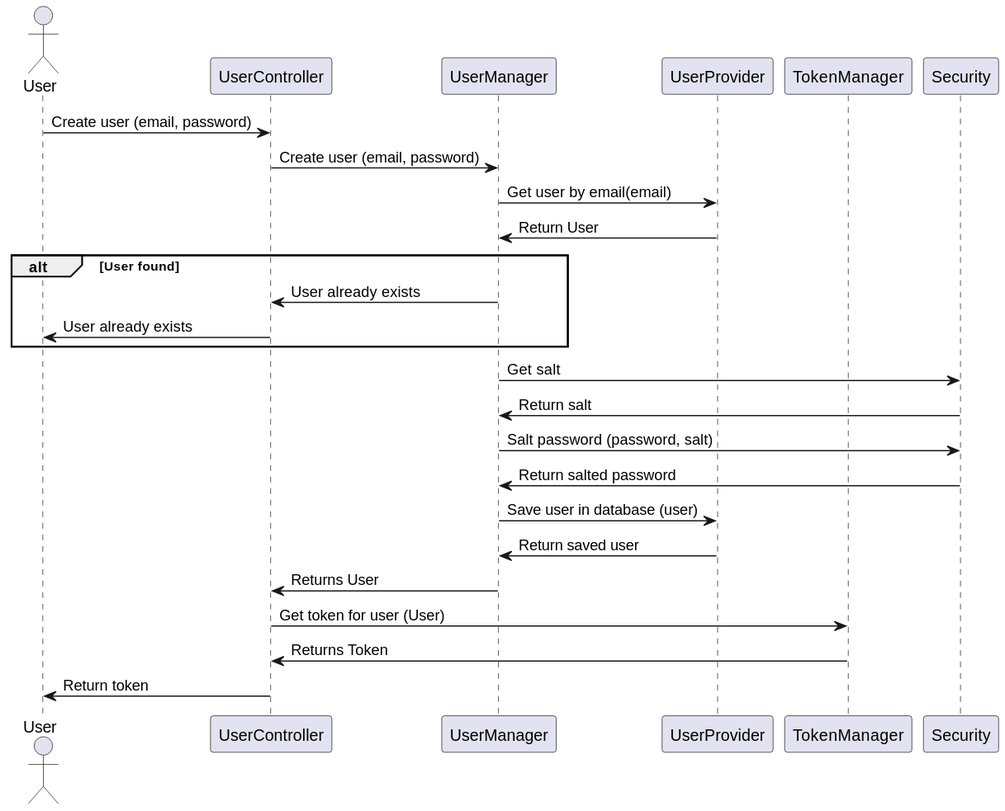
blackout1471/trust-us-school keeps this PlantUML diagram as Docs/out/SDDiagrams/CreateUserSD/Create User SD.svg. Above is the earlier version.
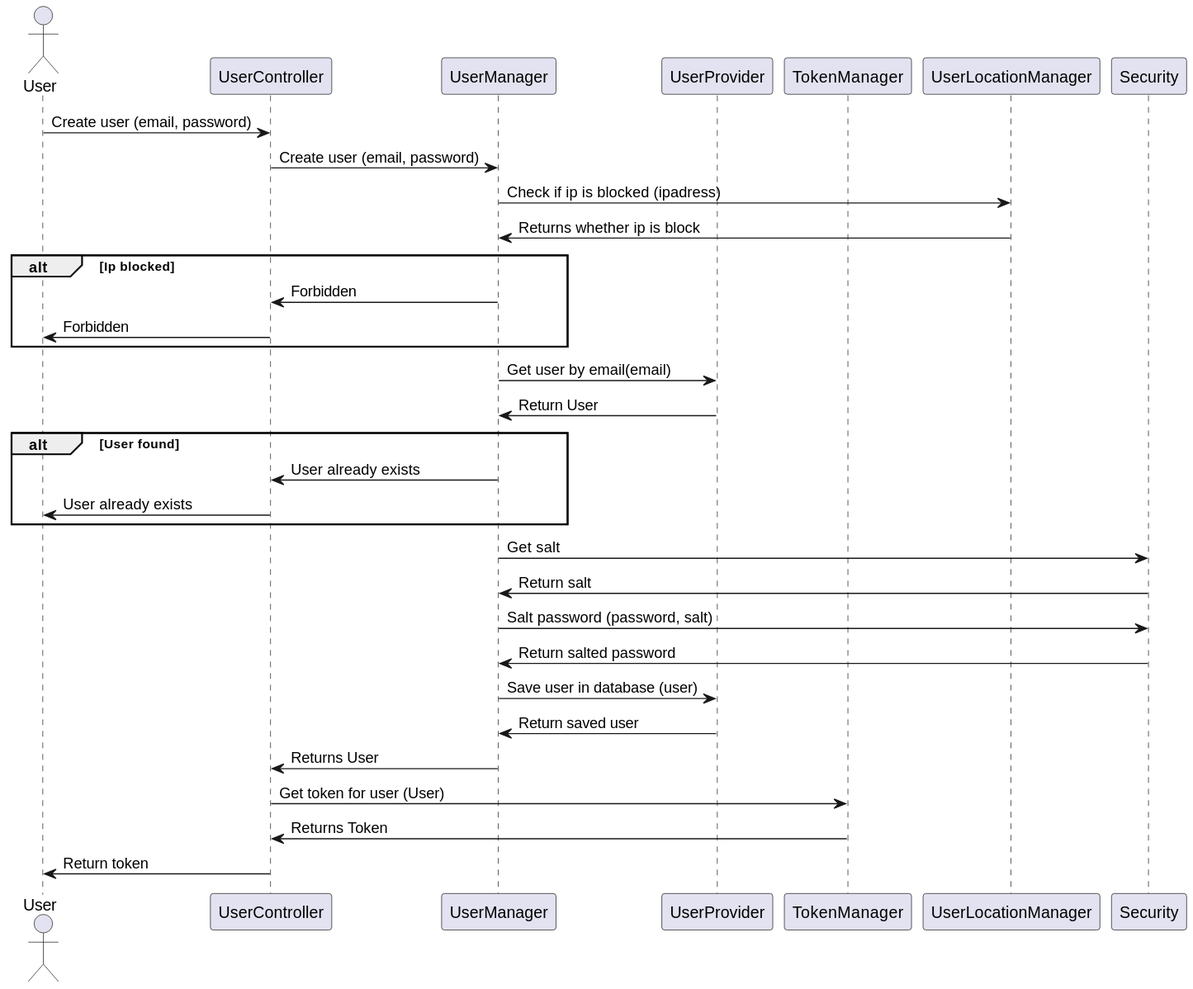
Later version of the same file.

Diff of the diagram source:
```diff
@@ -6,10 +6,21 @@
 participant UserManager
 participant UserProvider
 participant TokenManager
+participant UserLocationManager
 participant Security
+
+
 
 User->UserController: Create user (email, password)
 UserController->UserManager: Create user (email, password)
+UserManager->UserLocationManager: Check if ip is blocked (ipadress)
+UserLocationManager->UserManager: Returns whether ip is block
+
+alt Ip blocked
+UserManager->UserController: Forbidden
+UserController->User: Forbidden
+end
+
 UserManager->UserProvider: Get user by email(email)
 UserProvider->UserManager: Return User
 
```
